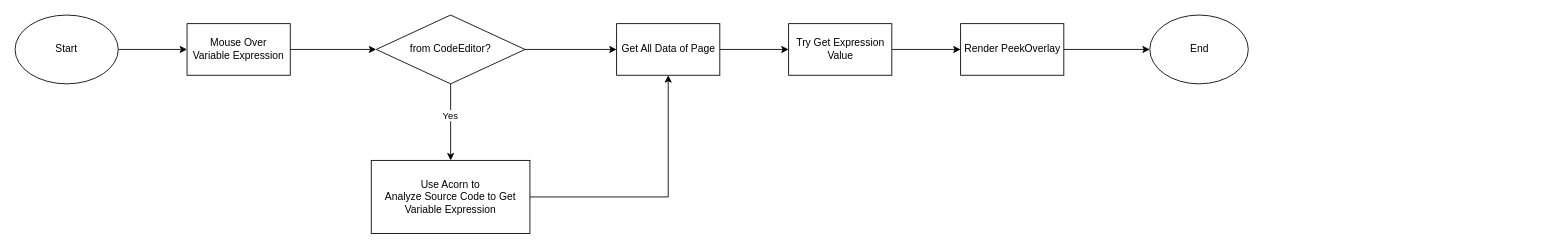
Earlier version of the draw.io diagram appsmith-peek-value.drawio (Zsynuting/diagram). Source tidied: cells renumbered, new cells numbered last; positions are measured from the earlier drawing's top-left corner, leaving out a move shared by most shapes. Both pictures are drawn from the tidied source at 86%, with x=0, y=0 at pixel (15, 15).
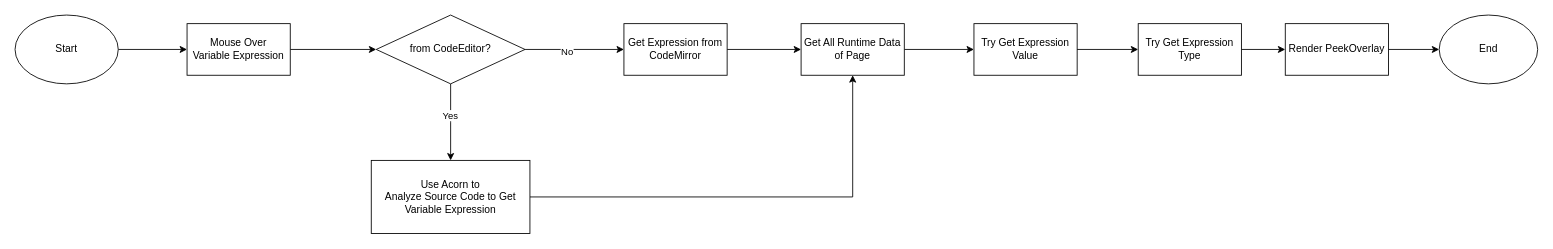
The same page after the edit.

Unchanged cells that the change refers to:
```xml
<mxCell id="9" value="from CodeEditor?" style="rhombus;whiteSpace=wrap;html=1;" parent="1" vertex="1">
  <mxGeometry x="420" width="173" height="80" as="geometry" />
</mxCell>
```

Diff of the diagram source:
```diff
@@
-    <mxCell id="8" style="edgeStyle=orthogonalEdgeStyle;rounded=0;jettySize=auto;html=1;" parent="1" edge="1" source="9" target="13">
+    <mxCell id="8" style="edgeStyle=orthogonalEdgeStyle;rounded=0;jettySize=auto;html=1;" parent="1" edge="1" source="9" target="21">
       <mxGeometry relative="1" as="geometry" />
     </mxCell>
+    <mxCell id="19" value="No" style="edgeLabel;html=1;align=center;verticalAlign=middle;" parent="8" vertex="1">
+      <mxGeometry x="-0.17" y="-2" relative="1" as="geometry" />
+    </mxCell>
@@
-    <mxCell id="13" value="Get All Data of Page" style="whiteSpace=wrap;html=1;" parent="1" vertex="1">
-      <mxGeometry x="699.5" y="10" width="120" height="60" as="geometry" />
+    <mxCell id="13" value="Get All Runtime Data of Page" style="whiteSpace=wrap;html=1;" parent="1" vertex="1">
+      <mxGeometry x="914" y="10" width="120" height="60" as="geometry" />
     </mxCell>
-    <mxCell id="14" style="edgeStyle=orthogonalEdgeStyle;rounded=0;jettySize=auto;html=1;" parent="1" edge="1" source="15" target="17">
+    <mxCell id="14" style="edgeStyle=orthogonalEdgeStyle;rounded=0;jettySize=auto;html=1;" parent="1" edge="1" source="23" target="17">
       <mxGeometry relative="1" as="geometry" />
     </mxCell>
     <mxCell id="15" value="Try Get Expression Value" style="whiteSpace=wrap;html=1;" parent="1" vertex="1">
-      <mxGeometry x="899.5" y="10" width="120" height="60" as="geometry" />
+      <mxGeometry x="1115" y="10" width="120" height="60" as="geometry" />
     </mxCell>
@@
     <mxCell id="17" value="Render PeekOverlay" style="whiteSpace=wrap;html=1;" parent="1" vertex="1">
-      <mxGeometry x="1099.5" y="10" width="120" height="60" as="geometry" />
+      <mxGeometry x="1477" y="10" width="120" height="60" as="geometry" />
     </mxCell>
     <mxCell id="18" value="End" style="ellipse;whiteSpace=wrap;html=1;" parent="1" vertex="1">
-      <mxGeometry x="1319.5" width="114.5" height="80" as="geometry" />
+      <mxGeometry x="1656" width="114.5" height="80" as="geometry" />
     </mxCell>
+    <mxCell id="20" style="edgeStyle=orthogonalEdgeStyle;rounded=0;jettySize=auto;html=1;" parent="1" edge="1" source="21" target="13">
+      <mxGeometry relative="1" as="geometry" />
+    </mxCell>
+    <mxCell id="21" value="Get Expression from CodeMirror" style="whiteSpace=wrap;html=1;" parent="1" vertex="1">
+      <mxGeometry x="708" y="10" width="120" height="60" as="geometry" />
+    </mxCell>
+    <mxCell id="22" style="edgeStyle=orthogonalEdgeStyle;rounded=0;jettySize=auto;html=1;" parent="1" edge="1" source="15" target="23">
+      <mxGeometry relative="1" as="geometry" />
+    </mxCell>
+    <mxCell id="23" value="Try Get Expression Type" style="whiteSpace=wrap;html=1;" parent="1" vertex="1">
+      <mxGeometry x="1306" y="10" width="120" height="60" as="geometry" />
+    </mxCell>
```
